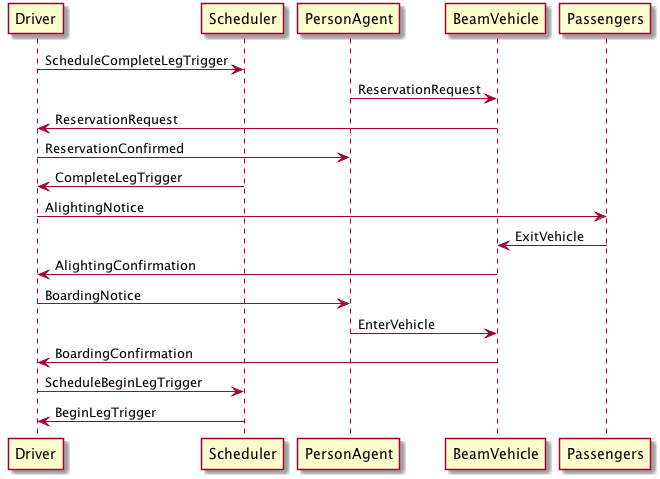
This is docs/_static/uml/ProtocolVehicleReservation.png from LBNL-UCB-STI/beam, a PlantUML export, as it was before one commit.
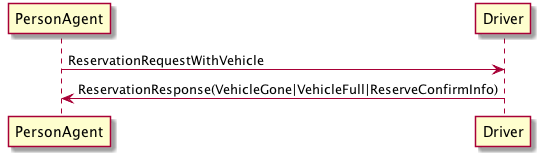
After the change.

The edit, as a diff of the source:
```diff
@@ -1,17 +1,4 @@
 @startuml
-Driver -> Scheduler: ScheduleCompleteLegTrigger
-PersonAgent -> BeamVehicle: ReservationRequest
-BeamVehicle -> Driver: ReservationRequest
-Driver -> PersonAgent: ReservationConfirmed
-Scheduler -> Driver: CompleteLegTrigger
-Driver -> Passengers: AlightingNotice
-Passengers -> BeamVehicle: ExitVehicle
-BeamVehicle -> Driver: AlightingConfirmation
-
-Driver -> PersonAgent: BoardingNotice
-PersonAgent -> BeamVehicle: EnterVehicle
-BeamVehicle -> Driver: BoardingConfirmation
-
-Driver -> Scheduler : ScheduleBeginLegTrigger
-Scheduler -> Driver: BeginLegTrigger
+PersonAgent -> Driver: ReservationRequestWithVehicle
+Driver -> PersonAgent: ReservationResponse(VehicleGone|VehicleFull|ReserveConfirmInfo)
 @enduml
```
